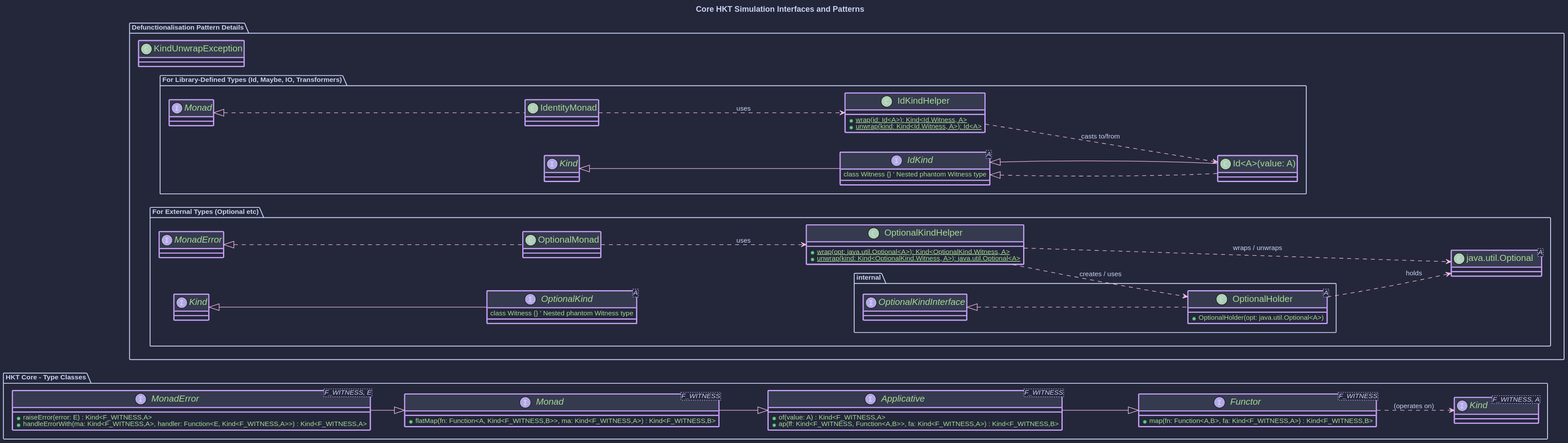
Earlier version of the PlantUML export hkj-book/src/images/puml/core_interfaces.svg (higher-kinded-j/higher-kinded-j).
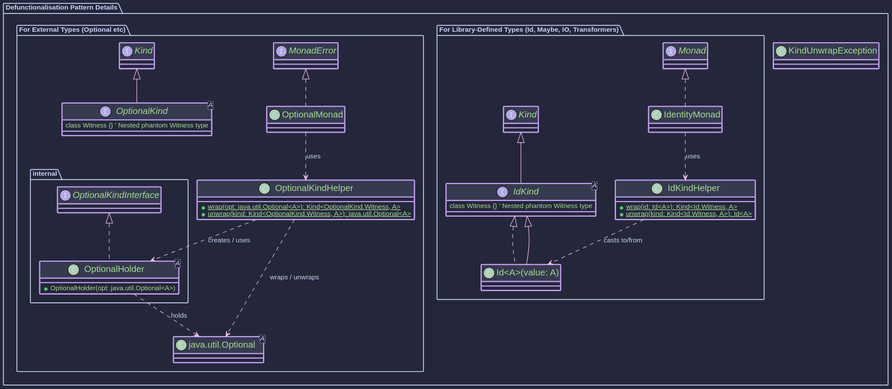
After the change.

Change to the diagram source:
```diff
@@ -1,33 +1,7 @@
 @startuml
 !include https://raw.githubusercontent.com/ncosta-ic/catppuccin-macchiato-plantuml-theme/main/theme.puml
 
-title Core HKT Simulation Interfaces and Patterns
 
-left to right direction
-
-package "HKT Core - Type Classes" {
-    interface "Kind<F_WITNESS, A>" as Kind {
-    }
-    interface "Functor<F_WITNESS>" as Functor {
-        + map(fn: Function<A,B>, fa: Kind<F_WITNESS,A>) : Kind<F_WITNESS,B>
-    }
-    interface "Applicative<F_WITNESS>" as Applicative {
-        + of(value: A) : Kind<F_WITNESS,A>
-        + ap(ff: Kind<F_WITNESS, Function<A,B>>, fa: Kind<F_WITNESS,A>) : Kind<F_WITNESS,B>
-    }
-    interface "Monad<F_WITNESS>" as Monad {
-        + flatMap(fn: Function<A, Kind<F_WITNESS,B>>, ma: Kind<F_WITNESS,A>) : Kind<F_WITNESS,B>
-    }
-    interface "MonadError<F_WITNESS, E>" as MonadError {
-        + raiseError(error: E) : Kind<F_WITNESS,A>
-        + handleErrorWith(ma: Kind<F_WITNESS,A>, handler: Function<E, Kind<F_WITNESS,A>>) : Kind<F_WITNESS,A>
-    }
-
-    Functor ..> Kind : (operates on)
-    Applicative --|> Functor
-    Monad --|> Applicative
-    MonadError --|> Monad
-}
 package "Defunctionalisation Pattern Details" {
     class KindUnwrapException
 
@@ -50,7 +24,7 @@
             + {static} wrap(opt: java.util.Optional<A>): Kind<OptionalKind.Witness, A>
             + {static} unwrap(kind: Kind<OptionalKind.Witness, A>): java.util.Optional<A>
         }
-        class "OptionalMonad" as OptionalMonad implements MonadError<OptionalKind.Witness, java.lang.Void> {
+        class "OptionalMonad" as OptionalMonad implements MonadError<OptionalKind.Witness, Unit> {
         }
         OptionalMonad ..> OptionalKindHelper : "uses"
     }
```
